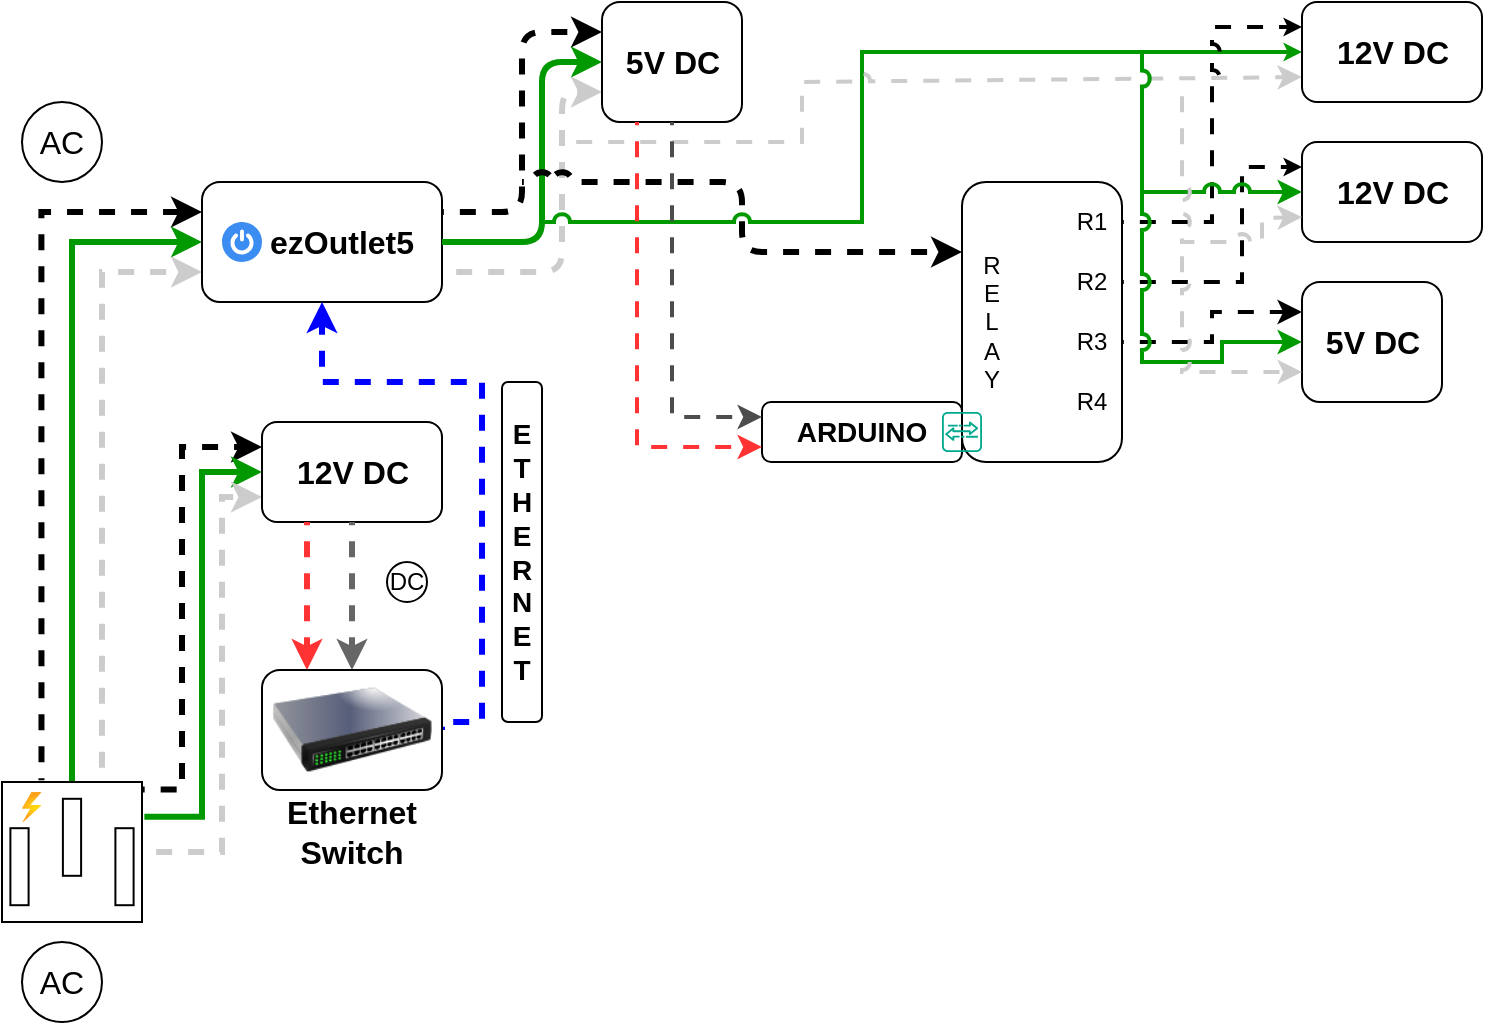
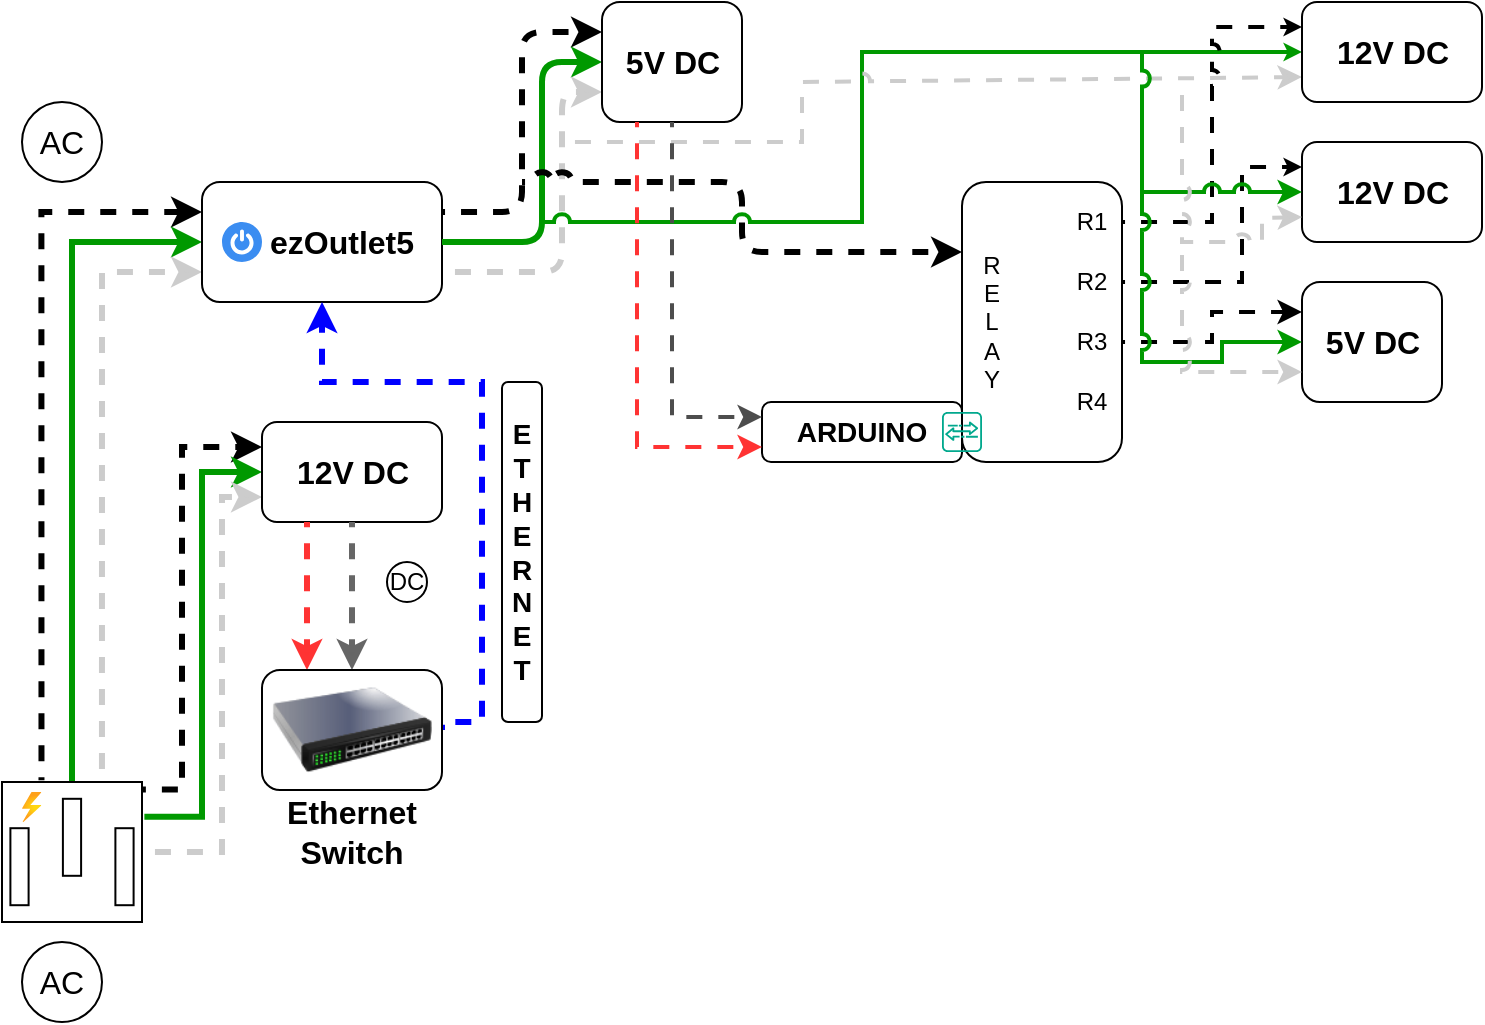
<mxfile host="app.diagrams.net" agent="Mozilla/5.0 (Windows NT 10.0; Win64; x64) AppleWebKit/537.36 (KHTML, like Gecko) Chrome/131.0.0.0 Safari/537.36 Edg/131.0.0.0" version="25.0.3">
  <diagram name="Page-1" id="VlRkN-xOVygPYa-iD9Ir">
-     <mxGraphModel dx="1750" dy="1097" grid="1" gridSize="10" guides="1" tooltips="1" connect="1" arrows="1" fold="1" page="1" pageScale="1" pageWidth="1600" pageHeight="900" background="none" math="0" shadow="0">
+     <mxGraphModel dx="2100" dy="1316" grid="1" gridSize="10" guides="1" tooltips="1" connect="1" arrows="1" fold="1" page="1" pageScale="1" pageWidth="1600" pageHeight="900" background="none" math="0" shadow="0">
      <root>
        <mxCell id="0" />
        <mxCell id="1" parent="0" />
        <mxCell id="JVLtuT8sySUBbFbLTn6r-3" style="edgeStyle=orthogonalEdgeStyle;rounded=0;orthogonalLoop=1;jettySize=auto;html=1;entryX=0;entryY=0.25;entryDx=0;entryDy=0;exitX=0.282;exitY=-0.013;exitDx=0;exitDy=0;exitPerimeter=0;strokeWidth=3;flowAnimation=1;flowAnimationDirection=alternate;flowAnimationTimingFunction=ease-in-out;flowAnimationDuration=1500;" edge="1" parent="1" source="pD8juBFKP1GN8B8eYQTb-1" target="pD8juBFKP1GN8B8eYQTb-3">
          <mxGeometry relative="1" as="geometry" />
        </mxCell>
        <mxCell id="JVLtuT8sySUBbFbLTn6r-4" style="edgeStyle=orthogonalEdgeStyle;rounded=0;orthogonalLoop=1;jettySize=auto;html=1;exitX=0.5;exitY=0;exitDx=0;exitDy=0;exitPerimeter=0;entryX=0;entryY=0.5;entryDx=0;entryDy=0;strokeColor=#009900;strokeWidth=3;" edge="1" parent="1" source="pD8juBFKP1GN8B8eYQTb-1" target="pD8juBFKP1GN8B8eYQTb-3">
          <mxGeometry relative="1" as="geometry" />
        </mxCell>
        <mxCell id="JVLtuT8sySUBbFbLTn6r-5" style="edgeStyle=orthogonalEdgeStyle;rounded=0;orthogonalLoop=1;jettySize=auto;html=1;entryX=0;entryY=0.75;entryDx=0;entryDy=0;exitX=0.714;exitY=0;exitDx=0;exitDy=0;exitPerimeter=0;strokeWidth=3;strokeColor=#CCCCCC;flowAnimation=1;flowAnimationDirection=alternate-reverse;flowAnimationTimingFunction=ease-in-out;flowAnimationDuration=1500;" edge="1" parent="1" source="pD8juBFKP1GN8B8eYQTb-1" target="pD8juBFKP1GN8B8eYQTb-3">
          <mxGeometry relative="1" as="geometry">
            <mxPoint x="120" y="320" as="targetPoint" />
          </mxGeometry>
        </mxCell>
        <mxCell id="JVLtuT8sySUBbFbLTn6r-6" style="edgeStyle=orthogonalEdgeStyle;rounded=0;orthogonalLoop=1;jettySize=auto;html=1;entryX=0;entryY=0.25;entryDx=0;entryDy=0;exitX=1.006;exitY=0.054;exitDx=0;exitDy=0;exitPerimeter=0;strokeWidth=3;flowAnimation=1;flowAnimationDirection=alternate;flowAnimationTimingFunction=ease-in-out;flowAnimationDuration=1500;" edge="1" parent="1" source="pD8juBFKP1GN8B8eYQTb-1" target="pD8juBFKP1GN8B8eYQTb-24">
          <mxGeometry relative="1" as="geometry">
            <Array as="points">
              <mxPoint x="120" y="404" />
              <mxPoint x="120" y="233" />
            </Array>
          </mxGeometry>
        </mxCell>
        <mxCell id="JVLtuT8sySUBbFbLTn6r-7" style="edgeStyle=orthogonalEdgeStyle;rounded=0;orthogonalLoop=1;jettySize=auto;html=1;entryX=0;entryY=0.5;entryDx=0;entryDy=0;exitX=1.017;exitY=0.249;exitDx=0;exitDy=0;exitPerimeter=0;strokeWidth=3;strokeColor=#009900;" edge="1" parent="1" source="pD8juBFKP1GN8B8eYQTb-1" target="pD8juBFKP1GN8B8eYQTb-24">
          <mxGeometry relative="1" as="geometry" />
        </mxCell>
        <mxCell id="JVLtuT8sySUBbFbLTn6r-8" style="edgeStyle=orthogonalEdgeStyle;rounded=0;orthogonalLoop=1;jettySize=auto;html=1;entryX=0;entryY=0.75;entryDx=0;entryDy=0;strokeColor=#CCCCCC;strokeWidth=3;flowAnimation=1;flowAnimationDirection=alternate-reverse;flowAnimationTimingFunction=ease-in-out;flowAnimationDuration=1500;" edge="1" parent="1" source="pD8juBFKP1GN8B8eYQTb-1" target="pD8juBFKP1GN8B8eYQTb-24">
          <mxGeometry relative="1" as="geometry">
            <Array as="points">
              <mxPoint x="140" y="435" />
              <mxPoint x="140" y="258" />
            </Array>
          </mxGeometry>
        </mxCell>
        <mxCell id="JVLtuT8sySUBbFbLTn6r-1" value="" style="group" vertex="1" connectable="0" parent="1">
          <mxGeometry x="30" y="480" width="60" height="40" as="geometry" />
        </mxCell>
        <mxCell id="pD8juBFKP1GN8B8eYQTb-22" value="AC" style="text;html=1;align=center;verticalAlign=middle;whiteSpace=wrap;rounded=0;fontSize=16;" parent="JVLtuT8sySUBbFbLTn6r-1" vertex="1">
          <mxGeometry y="5" width="60" height="30" as="geometry" />
        </mxCell>
        <mxCell id="pD8juBFKP1GN8B8eYQTb-23" value="" style="ellipse;whiteSpace=wrap;html=1;fillColor=none;" parent="JVLtuT8sySUBbFbLTn6r-1" vertex="1">
          <mxGeometry x="10" width="40" height="40" as="geometry" />
        </mxCell>
        <mxCell id="JVLtuT8sySUBbFbLTn6r-2" value="" style="group" vertex="1" connectable="0" parent="1">
          <mxGeometry x="30" y="60" width="60" height="40" as="geometry" />
        </mxCell>
        <mxCell id="pD8juBFKP1GN8B8eYQTb-9" value="" style="ellipse;whiteSpace=wrap;html=1;fillColor=none;" parent="JVLtuT8sySUBbFbLTn6r-2" vertex="1">
          <mxGeometry x="10" width="40" height="40" as="geometry" />
        </mxCell>
        <mxCell id="pD8juBFKP1GN8B8eYQTb-11" value="AC" style="text;html=1;align=center;verticalAlign=middle;whiteSpace=wrap;rounded=0;fontSize=16;" parent="JVLtuT8sySUBbFbLTn6r-2" vertex="1">
          <mxGeometry y="5" width="60" height="30" as="geometry" />
        </mxCell>
        <mxCell id="JVLtuT8sySUBbFbLTn6r-9" value="" style="group" vertex="1" connectable="0" parent="1">
          <mxGeometry x="130" y="100" width="120" height="60" as="geometry" />
        </mxCell>
        <mxCell id="JVLtuT8sySUBbFbLTn6r-16" value="" style="group" vertex="1" connectable="0" parent="JVLtuT8sySUBbFbLTn6r-9">
          <mxGeometry width="120" height="60" as="geometry" />
        </mxCell>
        <mxCell id="pD8juBFKP1GN8B8eYQTb-3" value="" style="rounded=1;whiteSpace=wrap;html=1;" parent="JVLtuT8sySUBbFbLTn6r-16" vertex="1">
          <mxGeometry width="120" height="60" as="geometry" />
        </mxCell>
        <mxCell id="JVLtuT8sySUBbFbLTn6r-13" value="" style="sketch=0;html=1;aspect=fixed;strokeColor=none;shadow=0;fillColor=#3B8DF1;verticalAlign=top;labelPosition=center;verticalLabelPosition=bottom;shape=mxgraph.gcp2.a7_power" vertex="1" parent="JVLtuT8sySUBbFbLTn6r-16">
          <mxGeometry x="10" y="20" width="20" height="20" as="geometry" />
        </mxCell>
        <mxCell id="pD8juBFKP1GN8B8eYQTb-15" value="&lt;b&gt;ezOutlet5&lt;/b&gt;" style="text;html=1;align=center;verticalAlign=middle;whiteSpace=wrap;rounded=0;fontSize=16;" parent="JVLtuT8sySUBbFbLTn6r-16" vertex="1">
          <mxGeometry x="40" y="10" width="60" height="40" as="geometry" />
        </mxCell>
        <mxCell id="JVLtuT8sySUBbFbLTn6r-11" value="" style="group" vertex="1" connectable="0" parent="1">
          <mxGeometry x="160" y="220" width="90" height="50" as="geometry" />
        </mxCell>
        <mxCell id="JVLtuT8sySUBbFbLTn6r-72" value="" style="group" vertex="1" connectable="0" parent="JVLtuT8sySUBbFbLTn6r-11">
          <mxGeometry width="90" height="50" as="geometry" />
        </mxCell>
        <mxCell id="pD8juBFKP1GN8B8eYQTb-24" value="" style="rounded=1;whiteSpace=wrap;html=1;" parent="JVLtuT8sySUBbFbLTn6r-72" vertex="1">
          <mxGeometry width="90" height="50" as="geometry" />
        </mxCell>
        <mxCell id="JVLtuT8sySUBbFbLTn6r-10" value="&lt;font style=&quot;font-size: 16px;&quot;&gt;&lt;b&gt;12V DC&lt;/b&gt;&lt;/font&gt;" style="text;html=1;align=center;verticalAlign=middle;whiteSpace=wrap;rounded=0;" vertex="1" parent="JVLtuT8sySUBbFbLTn6r-72">
          <mxGeometry x="15.75" y="10" width="58.5" height="30" as="geometry" />
        </mxCell>
        <mxCell id="JVLtuT8sySUBbFbLTn6r-18" value="" style="group" vertex="1" connectable="0" parent="1">
          <mxGeometry x="30" y="400" width="70" height="70" as="geometry" />
        </mxCell>
        <mxCell id="pD8juBFKP1GN8B8eYQTb-1" value="" style="pointerEvents=1;verticalLabelPosition=bottom;shadow=0;dashed=0;align=center;html=1;verticalAlign=top;shape=mxgraph.electrical.miscellaneous.ac_out" parent="JVLtuT8sySUBbFbLTn6r-18" vertex="1">
          <mxGeometry width="70" height="70" as="geometry" />
        </mxCell>
        <mxCell id="JVLtuT8sySUBbFbLTn6r-12" value="" style="image;aspect=fixed;html=1;points=[];align=center;fontSize=12;image=img/lib/azure2/general/Power.svg;" vertex="1" parent="JVLtuT8sySUBbFbLTn6r-18">
          <mxGeometry x="10" y="5" width="9.72" height="15" as="geometry" />
        </mxCell>
        <mxCell id="JVLtuT8sySUBbFbLTn6r-23" style="edgeStyle=orthogonalEdgeStyle;rounded=0;orthogonalLoop=1;jettySize=auto;html=1;entryX=0.25;entryY=0;entryDx=0;entryDy=0;exitX=0.25;exitY=1;exitDx=0;exitDy=0;strokeColor=#FF3333;strokeWidth=3;flowAnimation=1;" edge="1" parent="1" source="pD8juBFKP1GN8B8eYQTb-24" target="JVLtuT8sySUBbFbLTn6r-19">
          <mxGeometry relative="1" as="geometry" />
        </mxCell>
        <mxCell id="JVLtuT8sySUBbFbLTn6r-28" value="" style="group" vertex="1" connectable="0" parent="1">
          <mxGeometry x="220" y="290" width="25" height="20" as="geometry" />
        </mxCell>
        <mxCell id="JVLtuT8sySUBbFbLTn6r-26" value="" style="ellipse;whiteSpace=wrap;html=1;aspect=fixed;" vertex="1" parent="JVLtuT8sySUBbFbLTn6r-28">
          <mxGeometry x="2.5" width="20" height="20" as="geometry" />
        </mxCell>
        <mxCell id="JVLtuT8sySUBbFbLTn6r-27" value="&lt;font&gt;DC&lt;/font&gt;" style="text;html=1;align=center;verticalAlign=middle;whiteSpace=wrap;rounded=0;" vertex="1" parent="JVLtuT8sySUBbFbLTn6r-28">
          <mxGeometry y="2.5" width="25" height="15" as="geometry" />
        </mxCell>
        <mxCell id="JVLtuT8sySUBbFbLTn6r-29" style="edgeStyle=orthogonalEdgeStyle;rounded=0;orthogonalLoop=1;jettySize=auto;html=1;exitX=0.5;exitY=1;exitDx=0;exitDy=0;entryX=0.5;entryY=0;entryDx=0;entryDy=0;strokeWidth=3;flowAnimation=1;strokeColor=#666666;" edge="1" parent="1" source="pD8juBFKP1GN8B8eYQTb-24" target="JVLtuT8sySUBbFbLTn6r-19">
          <mxGeometry relative="1" as="geometry" />
        </mxCell>
        <mxCell id="JVLtuT8sySUBbFbLTn6r-30" style="edgeStyle=orthogonalEdgeStyle;rounded=0;orthogonalLoop=1;jettySize=auto;html=1;exitX=1;exitY=0.5;exitDx=0;exitDy=0;entryX=0.5;entryY=1;entryDx=0;entryDy=0;strokeColor=#0000FF;strokeWidth=3;flowAnimation=1;" edge="1" parent="1" source="JVLtuT8sySUBbFbLTn6r-19" target="pD8juBFKP1GN8B8eYQTb-3">
          <mxGeometry relative="1" as="geometry">
            <Array as="points">
              <mxPoint x="270" y="370" />
              <mxPoint x="270" y="200" />
              <mxPoint x="190" y="200" />
            </Array>
          </mxGeometry>
        </mxCell>
        <mxCell id="JVLtuT8sySUBbFbLTn6r-31" value="" style="rounded=1;whiteSpace=wrap;html=1;" vertex="1" parent="1">
          <mxGeometry x="280" y="200" width="20" height="170" as="geometry" />
        </mxCell>
        <mxCell id="JVLtuT8sySUBbFbLTn6r-32" value="&lt;b&gt;&lt;font style=&quot;font-size: 14px;&quot;&gt;E&lt;/font&gt;&lt;/b&gt;&lt;div&gt;&lt;b&gt;&lt;font style=&quot;font-size: 14px;&quot;&gt;T&lt;/font&gt;&lt;/b&gt;&lt;/div&gt;&lt;div&gt;&lt;b&gt;&lt;font style=&quot;font-size: 14px;&quot;&gt;H&lt;/font&gt;&lt;/b&gt;&lt;/div&gt;&lt;div&gt;&lt;b&gt;&lt;font style=&quot;font-size: 14px;&quot;&gt;E&lt;/font&gt;&lt;/b&gt;&lt;/div&gt;&lt;div&gt;&lt;b&gt;&lt;font style=&quot;font-size: 14px;&quot;&gt;R&lt;/font&gt;&lt;/b&gt;&lt;/div&gt;&lt;div&gt;&lt;b&gt;&lt;font style=&quot;font-size: 14px;&quot;&gt;N&lt;/font&gt;&lt;/b&gt;&lt;/div&gt;&lt;div&gt;&lt;b&gt;&lt;font style=&quot;font-size: 14px;&quot;&gt;E&lt;/font&gt;&lt;/b&gt;&lt;/div&gt;&lt;div&gt;&lt;b&gt;&lt;font style=&quot;font-size: 14px;&quot;&gt;T&lt;/font&gt;&lt;/b&gt;&lt;/div&gt;" style="text;html=1;align=center;verticalAlign=middle;whiteSpace=wrap;rounded=0;" vertex="1" parent="1">
          <mxGeometry x="275" y="180" width="30" height="210" as="geometry" />
        </mxCell>
        <mxCell id="JVLtuT8sySUBbFbLTn6r-33" value="" style="rounded=1;whiteSpace=wrap;html=1;" vertex="1" parent="1">
          <mxGeometry x="510" y="100" width="80" height="140" as="geometry" />
        </mxCell>
        <mxCell id="JVLtuT8sySUBbFbLTn6r-35" style="edgeStyle=orthogonalEdgeStyle;rounded=1;orthogonalLoop=1;jettySize=auto;html=1;exitX=1;exitY=0.25;exitDx=0;exitDy=0;entryX=0;entryY=0.25;entryDx=0;entryDy=0;curved=0;strokeWidth=3;flowAnimation=1;flowAnimationDirection=alternate;flowAnimationTimingFunction=ease-in-out;flowAnimationDuration=1500;" edge="1" parent="1" source="pD8juBFKP1GN8B8eYQTb-3" target="JVLtuT8sySUBbFbLTn6r-34">
          <mxGeometry relative="1" as="geometry" />
        </mxCell>
        <mxCell id="JVLtuT8sySUBbFbLTn6r-36" style="edgeStyle=orthogonalEdgeStyle;rounded=1;orthogonalLoop=1;jettySize=auto;html=1;exitX=1;exitY=0.5;exitDx=0;exitDy=0;entryX=0;entryY=0.5;entryDx=0;entryDy=0;curved=0;strokeWidth=3;strokeColor=#009900;" edge="1" parent="1" source="pD8juBFKP1GN8B8eYQTb-3" target="JVLtuT8sySUBbFbLTn6r-34">
          <mxGeometry relative="1" as="geometry">
            <Array as="points">
              <mxPoint x="300" y="130" />
              <mxPoint x="300" y="40" />
            </Array>
          </mxGeometry>
        </mxCell>
        <mxCell id="JVLtuT8sySUBbFbLTn6r-37" style="edgeStyle=orthogonalEdgeStyle;rounded=1;orthogonalLoop=1;jettySize=auto;html=1;exitX=1;exitY=0.75;exitDx=0;exitDy=0;entryX=0;entryY=0.75;entryDx=0;entryDy=0;curved=0;strokeColor=#CCCCCC;strokeWidth=3;flowAnimation=1;flowAnimationDirection=alternate-reverse;flowAnimationTimingFunction=ease-in-out;flowAnimationDuration=1500;" edge="1" parent="1" source="pD8juBFKP1GN8B8eYQTb-3" target="JVLtuT8sySUBbFbLTn6r-34">
          <mxGeometry relative="1" as="geometry">
            <Array as="points">
              <mxPoint x="310" y="145" />
              <mxPoint x="310" y="55" />
            </Array>
          </mxGeometry>
        </mxCell>
        <mxCell id="JVLtuT8sySUBbFbLTn6r-40" value="" style="endArrow=classic;html=1;rounded=1;curved=0;entryX=0;entryY=0.25;entryDx=0;entryDy=0;jumpStyle=arc;strokeWidth=3;flowAnimation=1;flowAnimationDirection=alternate;flowAnimationTimingFunction=ease-in-out;flowAnimationDuration=1500;" edge="1" parent="1" target="JVLtuT8sySUBbFbLTn6r-33">
          <mxGeometry width="50" height="50" relative="1" as="geometry">
            <mxPoint x="290" y="100" as="sourcePoint" />
            <mxPoint x="410" y="170" as="targetPoint" />
            <Array as="points">
              <mxPoint x="400" y="100" />
              <mxPoint x="400" y="135" />
            </Array>
          </mxGeometry>
        </mxCell>
        <mxCell id="JVLtuT8sySUBbFbLTn6r-51" value="" style="group" vertex="1" connectable="0" parent="1">
          <mxGeometry x="160" y="344" width="90" height="96" as="geometry" />
        </mxCell>
        <mxCell id="JVLtuT8sySUBbFbLTn6r-21" value="" style="group" vertex="1" connectable="0" parent="JVLtuT8sySUBbFbLTn6r-51">
          <mxGeometry width="90" height="70" as="geometry" />
        </mxCell>
        <mxCell id="JVLtuT8sySUBbFbLTn6r-50" value="" style="group" vertex="1" connectable="0" parent="JVLtuT8sySUBbFbLTn6r-21">
          <mxGeometry width="90" height="70" as="geometry" />
        </mxCell>
        <mxCell id="JVLtuT8sySUBbFbLTn6r-19" value="" style="rounded=1;whiteSpace=wrap;html=1;" vertex="1" parent="JVLtuT8sySUBbFbLTn6r-50">
          <mxGeometry width="90" height="60" as="geometry" />
        </mxCell>
        <mxCell id="JVLtuT8sySUBbFbLTn6r-49" value="" style="image;html=1;image=img/lib/clip_art/networking/Switch_128x128.png" vertex="1" parent="JVLtuT8sySUBbFbLTn6r-50">
          <mxGeometry x="5" y="-10" width="80" height="80" as="geometry" />
        </mxCell>
        <mxCell id="JVLtuT8sySUBbFbLTn6r-20" value="&lt;b&gt;&lt;font style=&quot;font-size: 16px;&quot;&gt;Ethernet&lt;/font&gt;&lt;/b&gt;&lt;div&gt;&lt;b&gt;&lt;font style=&quot;font-size: 16px;&quot;&gt;Switch&lt;/font&gt;&lt;/b&gt;&lt;/div&gt;" style="text;html=1;align=center;verticalAlign=middle;whiteSpace=wrap;rounded=0;" vertex="1" parent="JVLtuT8sySUBbFbLTn6r-51">
          <mxGeometry x="15" y="66" width="60" height="30" as="geometry" />
        </mxCell>
        <mxCell id="JVLtuT8sySUBbFbLTn6r-53" value="" style="group" vertex="1" connectable="0" parent="1">
          <mxGeometry x="330" y="10" width="70" height="60" as="geometry" />
        </mxCell>
        <mxCell id="JVLtuT8sySUBbFbLTn6r-71" value="" style="group" vertex="1" connectable="0" parent="JVLtuT8sySUBbFbLTn6r-53">
          <mxGeometry width="70" height="60" as="geometry" />
        </mxCell>
        <mxCell id="JVLtuT8sySUBbFbLTn6r-34" value="" style="rounded=1;whiteSpace=wrap;html=1;" vertex="1" parent="JVLtuT8sySUBbFbLTn6r-71">
          <mxGeometry width="70" height="60" as="geometry" />
        </mxCell>
        <mxCell id="JVLtuT8sySUBbFbLTn6r-52" value="&lt;font style=&quot;font-size: 16px;&quot;&gt;&lt;b&gt;5&lt;/b&gt;&lt;/font&gt;&lt;b style=&quot;font-size: 16px; background-color: initial;&quot;&gt;V DC&lt;/b&gt;" style="text;html=1;align=center;verticalAlign=middle;whiteSpace=wrap;rounded=0;" vertex="1" parent="JVLtuT8sySUBbFbLTn6r-71">
          <mxGeometry x="5.75" y="15" width="58.5" height="30" as="geometry" />
        </mxCell>
        <mxCell id="JVLtuT8sySUBbFbLTn6r-54" value="" style="endArrow=classic;html=1;rounded=0;entryX=0;entryY=0.5;entryDx=0;entryDy=0;jumpStyle=arc;strokeColor=#009900;strokeWidth=2;endSize=3;" edge="1" parent="1" target="JVLtuT8sySUBbFbLTn6r-74">
          <mxGeometry width="50" height="50" relative="1" as="geometry">
            <mxPoint x="300" y="120" as="sourcePoint" />
            <mxPoint x="350" y="80" as="targetPoint" />
            <Array as="points">
              <mxPoint x="460" y="120" />
              <mxPoint x="460" y="35" />
            </Array>
          </mxGeometry>
        </mxCell>
        <mxCell id="JVLtuT8sySUBbFbLTn6r-55" value="" style="endArrow=classic;html=1;rounded=0;entryX=0;entryY=0.75;entryDx=0;entryDy=0;strokeColor=#CCCCCC;strokeWidth=2;jumpStyle=arc;flowAnimation=1;flowAnimationDirection=alternate-reverse;flowAnimationTimingFunction=ease-in-out;flowAnimationDuration=1500;" edge="1" parent="1" target="JVLtuT8sySUBbFbLTn6r-74">
          <mxGeometry width="50" height="50" relative="1" as="geometry">
            <mxPoint x="310" y="80" as="sourcePoint" />
            <mxPoint x="350" y="140" as="targetPoint" />
            <Array as="points">
              <mxPoint x="430" y="80" />
              <mxPoint x="430" y="50" />
              <mxPoint x="520" y="50" />
            </Array>
          </mxGeometry>
        </mxCell>
        <mxCell id="JVLtuT8sySUBbFbLTn6r-56" value="R&lt;div&gt;E&lt;/div&gt;&lt;div&gt;L&lt;/div&gt;&lt;div&gt;A&lt;/div&gt;&lt;div&gt;Y&lt;/div&gt;" style="text;html=1;align=center;verticalAlign=middle;whiteSpace=wrap;rounded=0;" vertex="1" parent="1">
          <mxGeometry x="510" y="135" width="30" height="70" as="geometry" />
        </mxCell>
        <mxCell id="JVLtuT8sySUBbFbLTn6r-79" style="edgeStyle=orthogonalEdgeStyle;rounded=0;orthogonalLoop=1;jettySize=auto;html=1;exitX=1;exitY=0.5;exitDx=0;exitDy=0;entryX=0;entryY=0.25;entryDx=0;entryDy=0;strokeWidth=2;flowAnimation=1;flowAnimationDirection=alternate;flowAnimationTimingFunction=ease-in-out;flowAnimationDuration=1500;jumpStyle=arc;endSize=3;" edge="1" parent="1" source="JVLtuT8sySUBbFbLTn6r-57" target="JVLtuT8sySUBbFbLTn6r-74">
          <mxGeometry relative="1" as="geometry" />
        </mxCell>
        <mxCell id="JVLtuT8sySUBbFbLTn6r-57" value="R1" style="text;html=1;align=center;verticalAlign=middle;whiteSpace=wrap;rounded=0;" vertex="1" parent="1">
          <mxGeometry x="560" y="105" width="30" height="30" as="geometry" />
        </mxCell>
        <mxCell id="JVLtuT8sySUBbFbLTn6r-80" style="edgeStyle=orthogonalEdgeStyle;rounded=0;orthogonalLoop=1;jettySize=auto;html=1;exitX=1;exitY=0.5;exitDx=0;exitDy=0;entryX=0;entryY=0.25;entryDx=0;entryDy=0;strokeWidth=2;flowAnimation=1;flowAnimationDirection=alternate;flowAnimationTimingFunction=ease-in-out;flowAnimationDuration=1500;endSize=3;jumpStyle=arc;" edge="1" parent="1" source="JVLtuT8sySUBbFbLTn6r-58" target="JVLtuT8sySUBbFbLTn6r-77">
          <mxGeometry relative="1" as="geometry">
            <Array as="points">
              <mxPoint x="650" y="150" />
              <mxPoint x="650" y="93" />
            </Array>
          </mxGeometry>
        </mxCell>
        <mxCell id="JVLtuT8sySUBbFbLTn6r-58" value="R2" style="text;html=1;align=center;verticalAlign=middle;whiteSpace=wrap;rounded=0;" vertex="1" parent="1">
          <mxGeometry x="560" y="135" width="30" height="30" as="geometry" />
        </mxCell>
        <mxCell id="JVLtuT8sySUBbFbLTn6r-81" style="edgeStyle=orthogonalEdgeStyle;rounded=0;orthogonalLoop=1;jettySize=auto;html=1;exitX=1;exitY=0.5;exitDx=0;exitDy=0;entryX=0;entryY=0.25;entryDx=0;entryDy=0;strokeWidth=2;flowAnimation=1;flowAnimationDirection=alternate;flowAnimationTimingFunction=ease-in-out;flowAnimationDuration=1500;jumpStyle=arc;" edge="1" parent="1" source="JVLtuT8sySUBbFbLTn6r-59" target="JVLtuT8sySUBbFbLTn6r-63">
          <mxGeometry relative="1" as="geometry" />
        </mxCell>
        <mxCell id="JVLtuT8sySUBbFbLTn6r-59" value="R3" style="text;html=1;align=center;verticalAlign=middle;whiteSpace=wrap;rounded=0;" vertex="1" parent="1">
          <mxGeometry x="560" y="165" width="30" height="30" as="geometry" />
        </mxCell>
        <mxCell id="JVLtuT8sySUBbFbLTn6r-60" value="R4" style="text;html=1;align=center;verticalAlign=middle;whiteSpace=wrap;rounded=0;" vertex="1" parent="1">
          <mxGeometry x="560" y="195" width="30" height="30" as="geometry" />
        </mxCell>
        <mxCell id="JVLtuT8sySUBbFbLTn6r-67" value="" style="group" vertex="1" connectable="0" parent="1">
          <mxGeometry x="680" y="150" width="70" height="60" as="geometry" />
        </mxCell>
        <mxCell id="JVLtuT8sySUBbFbLTn6r-63" value="" style="rounded=1;whiteSpace=wrap;html=1;" vertex="1" parent="JVLtuT8sySUBbFbLTn6r-67">
          <mxGeometry width="70" height="60" as="geometry" />
        </mxCell>
        <mxCell id="JVLtuT8sySUBbFbLTn6r-62" value="" style="group" vertex="1" connectable="0" parent="JVLtuT8sySUBbFbLTn6r-67">
          <mxGeometry width="70" height="60" as="geometry" />
        </mxCell>
        <mxCell id="JVLtuT8sySUBbFbLTn6r-64" value="&lt;font style=&quot;font-size: 16px;&quot;&gt;&lt;b&gt;5&lt;/b&gt;&lt;/font&gt;&lt;b style=&quot;font-size: 16px; background-color: initial;&quot;&gt;V DC&lt;/b&gt;" style="text;html=1;align=center;verticalAlign=middle;whiteSpace=wrap;rounded=0;" vertex="1" parent="JVLtuT8sySUBbFbLTn6r-62">
          <mxGeometry x="5.75" y="15" width="58.5" height="30" as="geometry" />
        </mxCell>
        <mxCell id="JVLtuT8sySUBbFbLTn6r-73" value="" style="group" vertex="1" connectable="0" parent="1">
          <mxGeometry x="680" y="10" width="90" height="50" as="geometry" />
        </mxCell>
        <mxCell id="JVLtuT8sySUBbFbLTn6r-74" value="" style="rounded=1;whiteSpace=wrap;html=1;" vertex="1" parent="JVLtuT8sySUBbFbLTn6r-73">
          <mxGeometry width="90" height="50" as="geometry" />
        </mxCell>
        <mxCell id="JVLtuT8sySUBbFbLTn6r-75" value="&lt;font style=&quot;font-size: 16px;&quot;&gt;&lt;b&gt;12V DC&lt;/b&gt;&lt;/font&gt;" style="text;html=1;align=center;verticalAlign=middle;whiteSpace=wrap;rounded=0;" vertex="1" parent="JVLtuT8sySUBbFbLTn6r-73">
          <mxGeometry x="15.75" y="10" width="58.5" height="30" as="geometry" />
        </mxCell>
        <mxCell id="JVLtuT8sySUBbFbLTn6r-76" value="" style="group" vertex="1" connectable="0" parent="1">
          <mxGeometry x="680" y="80" width="90" height="50" as="geometry" />
        </mxCell>
        <mxCell id="JVLtuT8sySUBbFbLTn6r-77" value="" style="rounded=1;whiteSpace=wrap;html=1;" vertex="1" parent="JVLtuT8sySUBbFbLTn6r-76">
          <mxGeometry width="90" height="50" as="geometry" />
        </mxCell>
        <mxCell id="JVLtuT8sySUBbFbLTn6r-78" value="&lt;font style=&quot;font-size: 16px;&quot;&gt;&lt;b&gt;12V DC&lt;/b&gt;&lt;/font&gt;" style="text;html=1;align=center;verticalAlign=middle;whiteSpace=wrap;rounded=0;" vertex="1" parent="JVLtuT8sySUBbFbLTn6r-76">
          <mxGeometry x="15.75" y="10" width="58.5" height="30" as="geometry" />
        </mxCell>
        <mxCell id="JVLtuT8sySUBbFbLTn6r-82" value="" style="endArrow=classic;html=1;rounded=0;entryX=0;entryY=0.5;entryDx=0;entryDy=0;jumpStyle=arc;strokeColor=#009900;strokeWidth=2;" edge="1" parent="1" target="JVLtuT8sySUBbFbLTn6r-77">
          <mxGeometry width="50" height="50" relative="1" as="geometry">
            <mxPoint x="600" y="35" as="sourcePoint" />
            <mxPoint x="660" y="105" as="targetPoint" />
            <Array as="points">
              <mxPoint x="600" y="105" />
            </Array>
          </mxGeometry>
        </mxCell>
        <mxCell id="JVLtuT8sySUBbFbLTn6r-83" value="" style="endArrow=classic;html=1;rounded=0;entryX=0;entryY=0.75;entryDx=0;entryDy=0;strokeWidth=2;strokeColor=#CCCCCC;flowAnimation=1;flowAnimationTimingFunction=ease-in-out;flowAnimationDirection=alternate-reverse;jumpStyle=arc;flowAnimationDuration=1500;" edge="1" parent="1" target="JVLtuT8sySUBbFbLTn6r-77">
          <mxGeometry width="50" height="50" relative="1" as="geometry">
            <mxPoint x="620" y="50" as="sourcePoint" />
            <mxPoint x="480" y="40" as="targetPoint" />
            <Array as="points">
              <mxPoint x="620" y="130" />
              <mxPoint x="660" y="130" />
              <mxPoint x="660" y="118" />
            </Array>
          </mxGeometry>
        </mxCell>
        <mxCell id="JVLtuT8sySUBbFbLTn6r-88" value="" style="endArrow=classic;html=1;rounded=0;entryX=0;entryY=0.5;entryDx=0;entryDy=0;strokeColor=#009900;strokeWidth=2;jumpStyle=arc;" edge="1" parent="1" target="JVLtuT8sySUBbFbLTn6r-63">
          <mxGeometry width="50" height="50" relative="1" as="geometry">
            <mxPoint x="600" y="100" as="sourcePoint" />
            <mxPoint x="600" y="140" as="targetPoint" />
            <Array as="points">
              <mxPoint x="600" y="190" />
              <mxPoint x="640" y="190" />
              <mxPoint x="640" y="180" />
            </Array>
          </mxGeometry>
        </mxCell>
        <mxCell id="JVLtuT8sySUBbFbLTn6r-89" value="" style="endArrow=classic;html=1;rounded=0;entryX=0;entryY=0.75;entryDx=0;entryDy=0;strokeWidth=2;strokeColor=#CCCCCC;flowAnimation=1;jumpStyle=arc;flowAnimationTimingFunction=ease-in-out;flowAnimationDirection=alternate-reverse;flowAnimationDuration=1500;" edge="1" parent="1" target="JVLtuT8sySUBbFbLTn6r-63">
          <mxGeometry width="50" height="50" relative="1" as="geometry">
            <mxPoint x="620" y="130" as="sourcePoint" />
            <mxPoint x="600" y="100" as="targetPoint" />
            <Array as="points">
              <mxPoint x="620" y="195" />
            </Array>
          </mxGeometry>
        </mxCell>
        <mxCell id="JVLtuT8sySUBbFbLTn6r-90" value="&lt;b&gt;&lt;font style=&quot;font-size: 14px;&quot;&gt;ARDUINO&lt;/font&gt;&lt;/b&gt;" style="rounded=1;whiteSpace=wrap;html=1;" vertex="1" parent="1">
          <mxGeometry x="410" y="210" width="100" height="30" as="geometry" />
        </mxCell>
        <mxCell id="JVLtuT8sySUBbFbLTn6r-91" style="edgeStyle=orthogonalEdgeStyle;rounded=0;orthogonalLoop=1;jettySize=auto;html=1;exitX=0.25;exitY=1;exitDx=0;exitDy=0;entryX=0;entryY=0.75;entryDx=0;entryDy=0;strokeWidth=2;flowAnimation=1;strokeColor=#FF3333;" edge="1" parent="1" source="JVLtuT8sySUBbFbLTn6r-34" target="JVLtuT8sySUBbFbLTn6r-90">
          <mxGeometry relative="1" as="geometry" />
        </mxCell>
        <mxCell id="JVLtuT8sySUBbFbLTn6r-92" style="edgeStyle=orthogonalEdgeStyle;rounded=0;orthogonalLoop=1;jettySize=auto;html=1;exitX=0.5;exitY=1;exitDx=0;exitDy=0;entryX=0;entryY=0.25;entryDx=0;entryDy=0;strokeWidth=2;flowAnimation=1;strokeColor=#4D4D4D;" edge="1" parent="1" source="JVLtuT8sySUBbFbLTn6r-34" target="JVLtuT8sySUBbFbLTn6r-90">
          <mxGeometry relative="1" as="geometry" />
        </mxCell>
        <mxCell id="JVLtuT8sySUBbFbLTn6r-93" value="" style="sketch=0;outlineConnect=0;fontColor=#232F3E;gradientColor=none;fillColor=#01A88D;strokeColor=none;dashed=0;verticalLabelPosition=bottom;verticalAlign=top;align=center;html=1;fontSize=12;fontStyle=0;aspect=fixed;shape=mxgraph.aws4.agent2;" vertex="1" parent="1">
          <mxGeometry x="500" y="215" width="20" height="20" as="geometry" />
        </mxCell>
      </root>
    </mxGraphModel>
  </diagram>
</mxfile>
